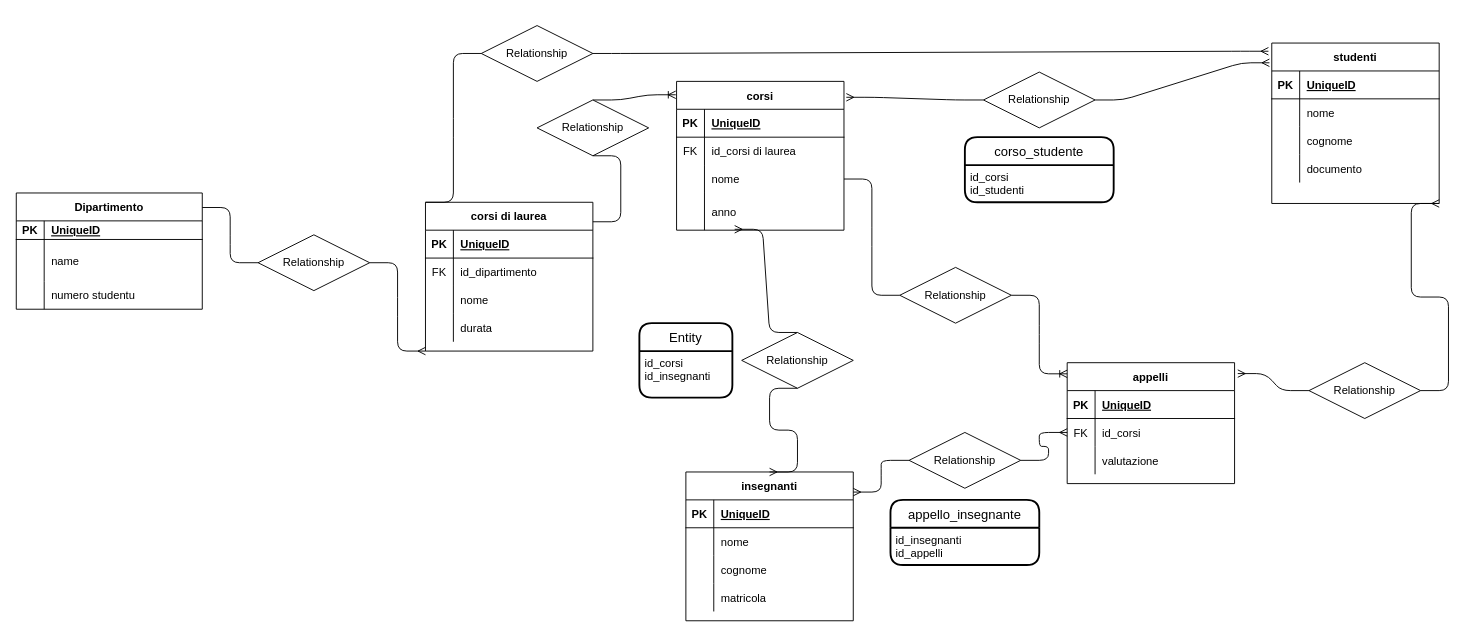
The draw.io diagram db-uni.drawio in Andretreccia/db-university, before the edit. Source tidied: cells renumbered, new cells numbered last; positions are measured from the earlier drawing's top-left corner, leaving out a move shared by most shapes. Both pictures are drawn from the tidied source at 93%, with x=0, y=0 at pixel (16, 25).
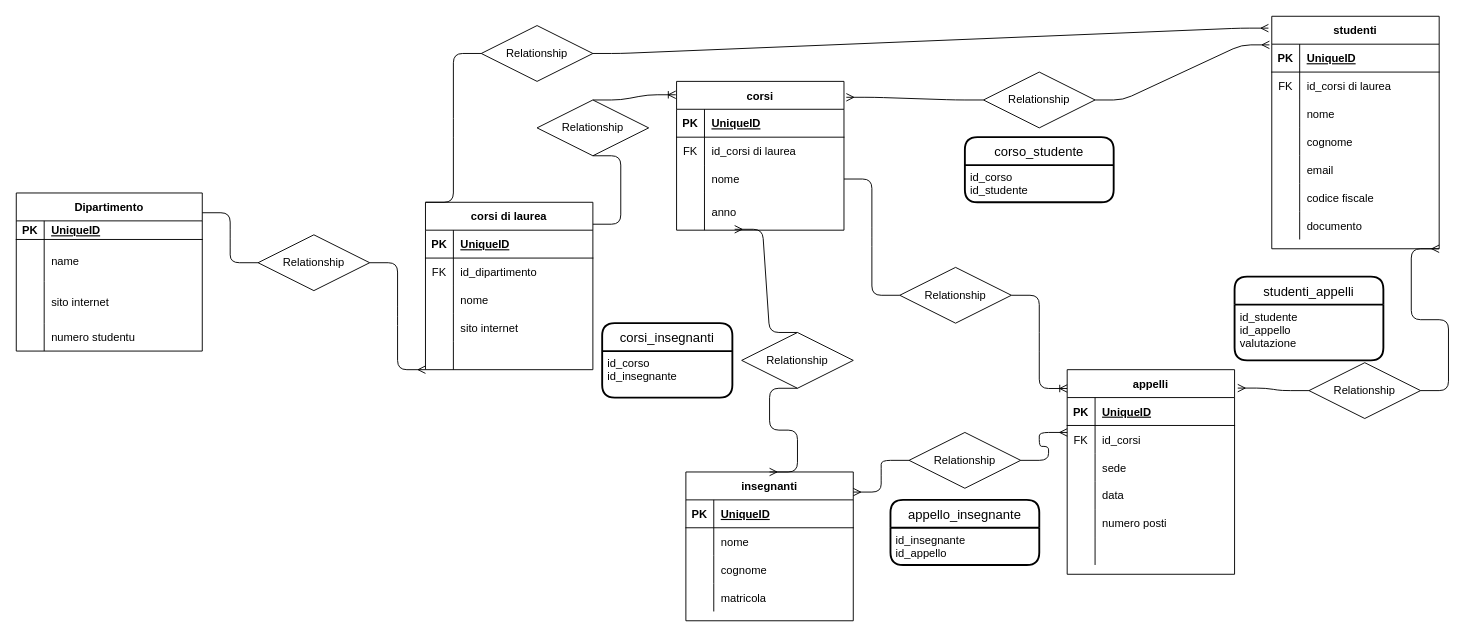
After the change.

Commit message (it also covers changes not shown here):
Aggiunta immagine

Unchanged cells that the change refers to:
```xml
<mxCell id="55" style="shape=partialRectangle;fillColor=none;top=0;left=0;bottom=0;right=0;" parent="51" vertex="1">
  <mxGeometry y="60" width="180" height="30" as="geometry" />
</mxCell>
<mxCell id="92" value="appello_insegnante" style="swimlane;horizontal=1;startSize=30;rounded=1;fontSize=14;fontStyle=0;strokeWidth=2;shadow=0;dashed=0;align=center;" parent="1" vertex="1">
  <mxGeometry x="940" y="510" width="160" height="70" as="geometry" />
</mxCell>
<mxCell id="101" value="corso_studente" style="swimlane;horizontal=1;startSize=30;rounded=1;fontSize=14;fontStyle=0;strokeWidth=2;shadow=0;dashed=0;align=center;" parent="1" vertex="1">
  <mxGeometry x="1020" y="120" width="160" height="70" as="geometry" />
</mxCell>
```

What changed in the source:
```diff
@@
     <mxCell id="2" value="Dipartimento" style="shape=table;startSize=30;childLayout=tableLayout;rowLines=0;fontStyle=1;align=center;" parent="1" vertex="1">
-      <mxGeometry y="180" width="200" height="125" as="geometry" />
+      <mxGeometry y="180" width="200" height="170" as="geometry" />
     </mxCell>
@@
+    <mxCell id="105" style="shape=partialRectangle;fillColor=none;top=0;left=0;bottom=0;right=0;" parent="2" vertex="1">
+      <mxGeometry y="95" width="200" height="45" as="geometry" />
+    </mxCell>
+    <mxCell id="106" style="shape=partialRectangle;fillColor=none;top=0;left=0;bottom=0;right=0;overflow=hidden;" parent="105" vertex="1">
+      <mxGeometry width="30" height="45" as="geometry" />
+    </mxCell>
+    <mxCell id="107" value="sito internet" style="shape=partialRectangle;fillColor=none;top=0;left=0;bottom=0;right=0;align=left;spacingLeft=6;overflow=hidden;" parent="105" vertex="1">
+      <mxGeometry x="30" width="170" height="45" as="geometry" />
+    </mxCell>
     <mxCell id="9" style="shape=partialRectangle;fillColor=none;top=0;left=0;bottom=0;right=0;" parent="2" vertex="1">
-      <mxGeometry y="95" width="200" height="30" as="geometry" />
+      <mxGeometry y="140" width="200" height="30" as="geometry" />
     </mxCell>
@@
     <mxCell id="12" value="corsi di laurea" style="shape=table;startSize=30;childLayout=tableLayout;rowLines=0;fontStyle=1;align=center;" parent="1" vertex="1">
-      <mxGeometry x="440" y="190" width="180" height="160" as="geometry" />
+      <mxGeometry x="440" y="190" width="180" height="180" as="geometry" />
     </mxCell>
@@
+    <mxCell id="108" style="shape=partialRectangle;fillColor=none;top=0;left=0;bottom=0;right=0;" parent="12" vertex="1">
+      <mxGeometry y="120" width="180" height="30" as="geometry" />
+    </mxCell>
+    <mxCell id="109" style="shape=partialRectangle;fillColor=none;top=0;left=0;bottom=0;right=0;overflow=hidden;" parent="108" vertex="1">
+      <mxGeometry width="30" height="30" as="geometry" />
+    </mxCell>
+    <mxCell id="110" value="sito internet" style="shape=partialRectangle;fillColor=none;top=0;left=0;bottom=0;right=0;align=left;spacingLeft=6;overflow=hidden;" parent="108" vertex="1">
+      <mxGeometry x="30" width="150" height="30" as="geometry" />
+    </mxCell>
     <mxCell id="22" style="shape=partialRectangle;fillColor=none;top=0;left=0;bottom=0;right=0;" parent="12" vertex="1">
-      <mxGeometry y="120" width="180" height="30" as="geometry" />
+      <mxGeometry y="150" width="180" height="30" as="geometry" />
     </mxCell>
@@
-    <mxCell id="24" value="durata" style="shape=partialRectangle;fillColor=none;top=0;left=0;bottom=0;right=0;align=left;spacingLeft=6;overflow=hidden;" parent="22" vertex="1">
+    <mxCell id="24" style="shape=partialRectangle;fillColor=none;top=0;left=0;bottom=0;right=0;align=left;spacingLeft=6;overflow=hidden;" parent="22" vertex="1">
       <mxGeometry x="30" width="150" height="30" as="geometry" />
     </mxCell>
@@
     <mxCell id="51" value="studenti" style="shape=table;startSize=30;childLayout=tableLayout;rowLines=0;fontStyle=1;align=center;" parent="1" vertex="1">
-      <mxGeometry x="1350" y="18.8" width="180" height="172.5" as="geometry" />
+      <mxGeometry x="1350" y="-10" width="180" height="250" as="geometry" />
     </mxCell>
@@
-    <mxCell id="56" style="shape=partialRectangle;fillColor=none;top=0;left=0;bottom=0;right=0;overflow=hidden;" parent="55" vertex="1">
+    <mxCell id="56" value="FK" style="shape=partialRectangle;fillColor=none;top=0;left=0;bottom=0;right=0;overflow=hidden;" parent="55" vertex="1">
       <mxGeometry width="30" height="30" as="geometry" />
     </mxCell>
-    <mxCell id="57" value="nome" style="shape=partialRectangle;fillColor=none;top=0;left=0;bottom=0;right=0;align=left;spacingLeft=6;overflow=hidden;" parent="55" vertex="1">
+    <mxCell id="57" value="id_corsi di laurea" style="shape=partialRectangle;fillColor=none;top=0;left=0;bottom=0;right=0;align=left;spacingLeft=6;overflow=hidden;" parent="55" vertex="1">
       <mxGeometry x="30" width="150" height="30" as="geometry" />
     </mxCell>
+    <mxCell id="111" style="shape=partialRectangle;fillColor=none;top=0;left=0;bottom=0;right=0;" parent="51" vertex="1">
+      <mxGeometry y="90" width="180" height="30" as="geometry" />
+    </mxCell>
+    <mxCell id="112" style="shape=partialRectangle;fillColor=none;top=0;left=0;bottom=0;right=0;overflow=hidden;" parent="111" vertex="1">
+      <mxGeometry width="30" height="30" as="geometry" />
+    </mxCell>
+    <mxCell id="113" value="nome" style="shape=partialRectangle;fillColor=none;top=0;left=0;bottom=0;right=0;align=left;spacingLeft=6;overflow=hidden;" parent="111" vertex="1">
+      <mxGeometry x="30" width="150" height="30" as="geometry" />
+    </mxCell>
     <mxCell id="58" style="shape=partialRectangle;fillColor=none;top=0;left=0;bottom=0;right=0;" parent="51" vertex="1">
-      <mxGeometry y="90" width="180" height="30" as="geometry" />
+      <mxGeometry y="120" width="180" height="30" as="geometry" />
     </mxCell>
@@
+    <mxCell id="114" style="shape=partialRectangle;fillColor=none;top=0;left=0;bottom=0;right=0;" parent="51" vertex="1">
+      <mxGeometry y="150" width="180" height="30" as="geometry" />
+    </mxCell>
+    <mxCell id="115" style="shape=partialRectangle;fillColor=none;top=0;left=0;bottom=0;right=0;overflow=hidden;" parent="114" vertex="1">
+      <mxGeometry width="30" height="30" as="geometry" />
+    </mxCell>
+    <mxCell id="116" value="email" style="shape=partialRectangle;fillColor=none;top=0;left=0;bottom=0;right=0;align=left;spacingLeft=6;overflow=hidden;" parent="114" vertex="1">
+      <mxGeometry x="30" width="150" height="30" as="geometry" />
+    </mxCell>
+    <mxCell id="117" style="shape=partialRectangle;fillColor=none;top=0;left=0;bottom=0;right=0;" parent="51" vertex="1">
+      <mxGeometry y="180" width="180" height="30" as="geometry" />
+    </mxCell>
+    <mxCell id="118" style="shape=partialRectangle;fillColor=none;top=0;left=0;bottom=0;right=0;overflow=hidden;" parent="117" vertex="1">
+      <mxGeometry width="30" height="30" as="geometry" />
+    </mxCell>
+    <mxCell id="119" value="codice fiscale" style="shape=partialRectangle;fillColor=none;top=0;left=0;bottom=0;right=0;align=left;spacingLeft=6;overflow=hidden;" parent="117" vertex="1">
+      <mxGeometry x="30" width="150" height="30" as="geometry" />
+    </mxCell>
     <mxCell id="61" style="shape=partialRectangle;fillColor=none;top=0;left=0;bottom=0;right=0;" parent="51" vertex="1">
-      <mxGeometry y="120" width="180" height="30" as="geometry" />
+      <mxGeometry y="210" width="180" height="30" as="geometry" />
     </mxCell>
@@
     <mxCell id="82" value="appelli" style="shape=table;startSize=30;childLayout=tableLayout;rowLines=0;fontStyle=1;align=center;" parent="1" vertex="1">
-      <mxGeometry x="1130" y="362.5" width="180" height="130" as="geometry" />
+      <mxGeometry x="1130" y="370" width="180" height="220" as="geometry" />
     </mxCell>
@@
+    <mxCell id="120" style="shape=partialRectangle;fillColor=none;top=0;left=0;bottom=0;right=0;" parent="82" vertex="1">
+      <mxGeometry y="90" width="180" height="30" as="geometry" />
+    </mxCell>
+    <mxCell id="121" style="shape=partialRectangle;fillColor=none;top=0;left=0;bottom=0;right=0;overflow=hidden;" parent="120" vertex="1">
+      <mxGeometry width="30" height="30" as="geometry" />
+    </mxCell>
+    <mxCell id="122" value="sede" style="shape=partialRectangle;fillColor=none;top=0;left=0;bottom=0;right=0;align=left;spacingLeft=6;overflow=hidden;" parent="120" vertex="1">
+      <mxGeometry x="30" width="150" height="30" as="geometry" />
+    </mxCell>
+    <mxCell id="123" style="shape=partialRectangle;fillColor=none;top=0;left=0;bottom=0;right=0;" parent="82" vertex="1">
+      <mxGeometry y="120" width="180" height="30" as="geometry" />
+    </mxCell>
+    <mxCell id="124" style="shape=partialRectangle;fillColor=none;top=0;left=0;bottom=0;right=0;overflow=hidden;" parent="123" vertex="1">
+      <mxGeometry width="30" height="30" as="geometry" />
+    </mxCell>
+    <mxCell id="125" value="data" style="shape=partialRectangle;fillColor=none;top=0;left=0;bottom=0;right=0;align=left;spacingLeft=6;overflow=hidden;" parent="123" vertex="1">
+      <mxGeometry x="30" width="150" height="30" as="geometry" />
+    </mxCell>
+    <mxCell id="126" style="shape=partialRectangle;fillColor=none;top=0;left=0;bottom=0;right=0;" parent="82" vertex="1">
+      <mxGeometry y="150" width="180" height="30" as="geometry" />
+    </mxCell>
+    <mxCell id="127" style="shape=partialRectangle;fillColor=none;top=0;left=0;bottom=0;right=0;overflow=hidden;" parent="126" vertex="1">
+      <mxGeometry width="30" height="30" as="geometry" />
+    </mxCell>
+    <mxCell id="128" value="numero posti" style="shape=partialRectangle;fillColor=none;top=0;left=0;bottom=0;right=0;align=left;spacingLeft=6;overflow=hidden;" parent="126" vertex="1">
+      <mxGeometry x="30" width="150" height="30" as="geometry" />
+    </mxCell>
     <mxCell id="89" style="shape=partialRectangle;fillColor=none;top=0;left=0;bottom=0;right=0;" parent="82" vertex="1">
-      <mxGeometry y="90" width="180" height="30" as="geometry" />
+      <mxGeometry y="180" width="180" height="30" as="geometry" />
     </mxCell>
@@
-    <mxCell id="91" value="valutazione" style="shape=partialRectangle;fillColor=none;top=0;left=0;bottom=0;right=0;align=left;spacingLeft=6;overflow=hidden;" parent="89" vertex="1">
+    <mxCell id="91" style="shape=partialRectangle;fillColor=none;top=0;left=0;bottom=0;right=0;align=left;spacingLeft=6;overflow=hidden;" parent="89" vertex="1">
       <mxGeometry x="30" width="150" height="30" as="geometry" />
     </mxCell>
@@
-    <mxCell id="94" value="id_insegnanti&#10;id_appelli" style="align=left;strokeColor=none;fillColor=none;spacingLeft=4;fontSize=12;verticalAlign=top;" parent="92" vertex="1">
+    <mxCell id="94" value="id_insegnante&#10;id_appello" style="align=left;strokeColor=none;fillColor=none;spacingLeft=4;fontSize=12;verticalAlign=top;" parent="92" vertex="1">
       <mxGeometry y="30" width="160" height="40" as="geometry" />
     </mxCell>
@@
-    <mxCell id="102" value="id_corsi&#10;id_studenti" style="align=left;strokeColor=none;fillColor=none;spacingLeft=4;fontSize=12;verticalAlign=top;" parent="101" vertex="1">
+    <mxCell id="102" value="id_corso&#10;id_studente" style="align=left;strokeColor=none;fillColor=none;spacingLeft=4;fontSize=12;verticalAlign=top;" parent="101" vertex="1">
       <mxGeometry y="30" width="160" height="40" as="geometry" />
     </mxCell>
-    <mxCell id="103" value="Entity" style="swimlane;horizontal=1;startSize=30;rounded=1;fontSize=14;fontStyle=0;strokeWidth=2;shadow=0;dashed=0;align=center;" parent="1" vertex="1">
-      <mxGeometry x="670" y="320" width="100" height="80" as="geometry" />
+    <mxCell id="103" value="corsi_insegnanti" style="swimlane;horizontal=1;startSize=30;rounded=1;fontSize=14;fontStyle=0;strokeWidth=2;shadow=0;dashed=0;align=center;" parent="1" vertex="1">
+      <mxGeometry x="630" y="320" width="140" height="80" as="geometry" />
     </mxCell>
-    <mxCell id="104" value="id_corsi&#10;id_insegnanti" style="align=left;strokeColor=none;fillColor=none;spacingLeft=4;fontSize=12;verticalAlign=top;" parent="103" vertex="1">
-      <mxGeometry y="30" width="100" height="50" as="geometry" />
+    <mxCell id="104" value="id_corso&#10;id_insegnante" style="align=left;strokeColor=none;fillColor=none;spacingLeft=4;fontSize=12;verticalAlign=top;" parent="103" vertex="1">
+      <mxGeometry y="30" width="140" height="50" as="geometry" />
     </mxCell>
+    <mxCell id="129" value="studenti_appelli" style="swimlane;horizontal=1;startSize=30;rounded=1;fontSize=14;fontStyle=0;strokeWidth=2;shadow=0;dashed=0;align=center;" parent="1" vertex="1">
+      <mxGeometry x="1310" y="270" width="160" height="90" as="geometry" />
+    </mxCell>
+    <mxCell id="130" value="id_studente&#10;id_appello&#10;valutazione" style="align=left;strokeColor=none;fillColor=none;spacingLeft=4;fontSize=12;verticalAlign=top;" parent="129" vertex="1">
+      <mxGeometry y="30" width="160" height="60" as="geometry" />
+    </mxCell>
```
